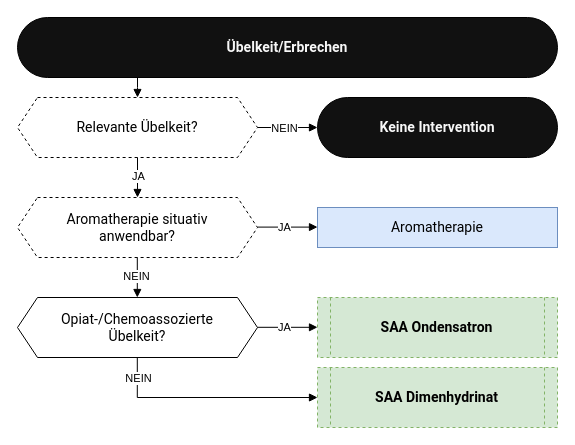
This is assets/flows/übelkeit.drawio from steiiin/notsan-app, a draw.io file, before an edit. Source tidied: cells renumbered, new cells numbered last; positions are measured from the earlier drawing's top-left corner, leaving out a move shared by most shapes. Both pictures are drawn from the tidied source at 100%, with x=0, y=0 at pixel (17, 17).
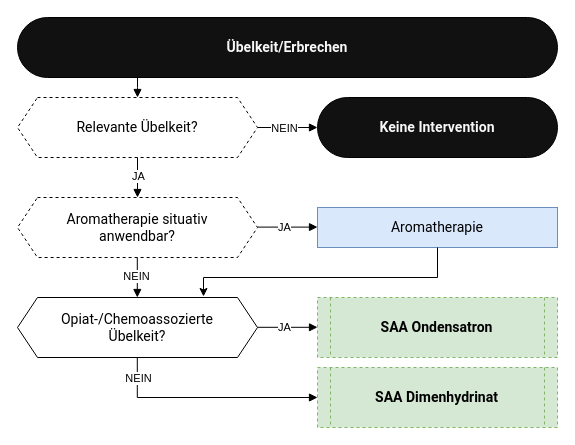
Above is the later version.

Unchanged cells that the change refers to:
```xml
<mxCell id="6" value="Aromatherapie" style="rounded=0;whiteSpace=wrap;html=1;fillColor=#dae8fc;strokeColor=#6c8ebf;fontFamily=&quot;Roboto&quot;, &quot;Helvetica Neue&quot;, sans-serif;fontSize=14;fontColor=default;labelBackgroundColor=none;" parent="1" vertex="1">
  <mxGeometry x="300" y="190" width="240" height="40" as="geometry" />
</mxCell>
<mxCell id="14" value="Opiat-/Chemoassozierte&lt;br&gt;Übelkeit?" style="shape=hexagon;perimeter=hexagonPerimeter2;whiteSpace=wrap;html=1;fixedSize=1;fontSize=14;fontFamily=&quot;Roboto&quot;, &quot;Helvetica Neue&quot;, sans-serif;size=20;fontColor=default;labelBackgroundColor=none;" parent="1" vertex="1">
  <mxGeometry y="280" width="240" height="60" as="geometry" />
</mxCell>
```

The edit, as a diff of the source:
```diff
@@
+    <mxCell id="23" style="edgeStyle=orthogonalEdgeStyle;rounded=0;jettySize=auto;html=1;entryX=0.775;entryY=-0.017;entryDx=0;entryDy=0;entryPerimeter=0;" parent="1" edge="1" source="6" target="14">
+      <mxGeometry relative="1" as="geometry">
+        <Array as="points">
+          <mxPoint x="420" y="260" />
+          <mxPoint x="186" y="260" />
+        </Array>
+      </mxGeometry>
+    </mxCell>
```
